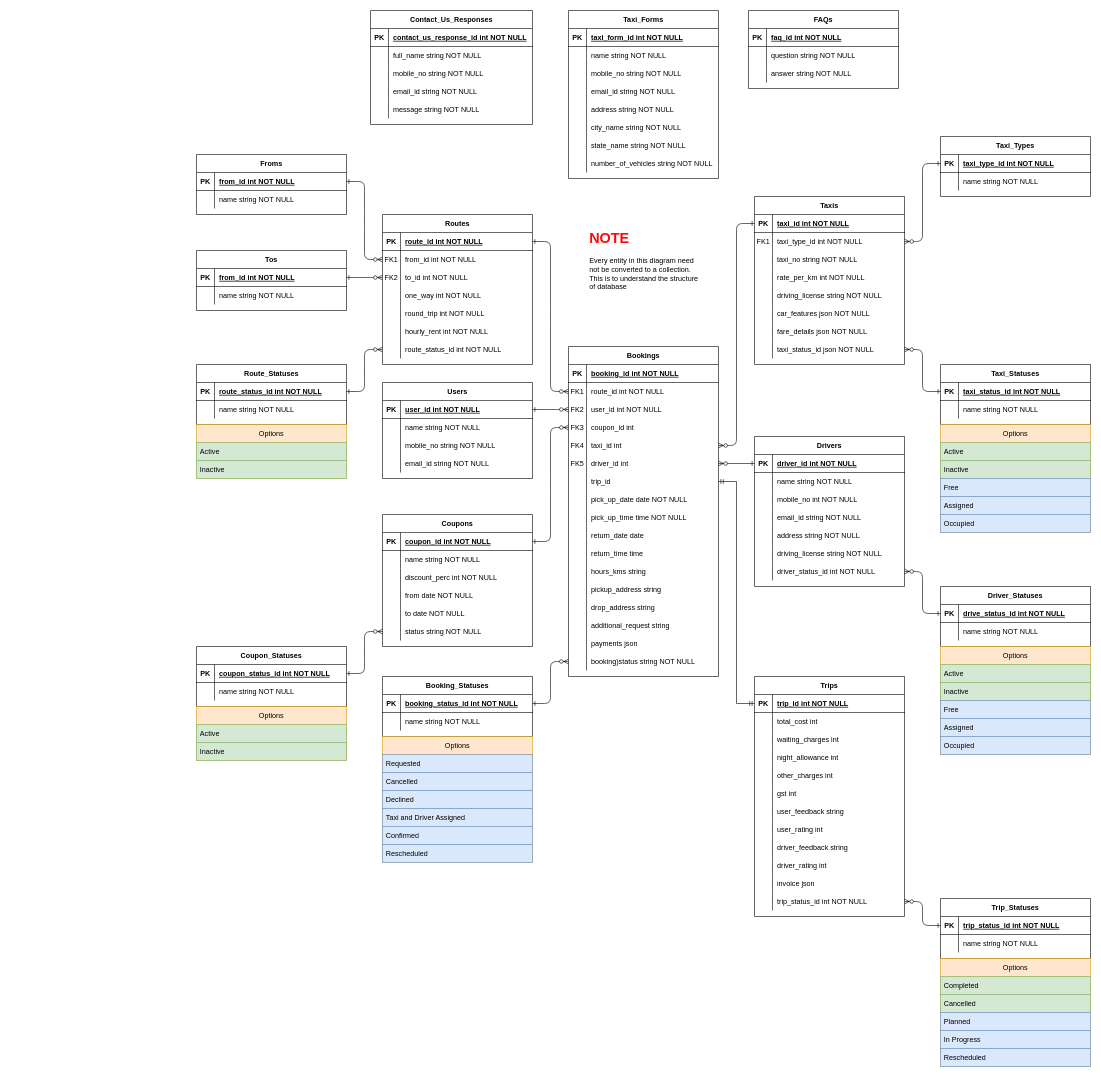
TechManTejas/BombayTaxiCo_Express_Backend keeps this draw.io diagram as BTCv2.drawio. Above is the earlier version. Source tidied: cells renumbered, new cells numbered last; positions are measured from the earlier drawing's top-left corner, leaving out a move shared by most shapes. Both pictures are drawn from the tidied source at 60%, with x=0, y=0 at pixel (196, 10).
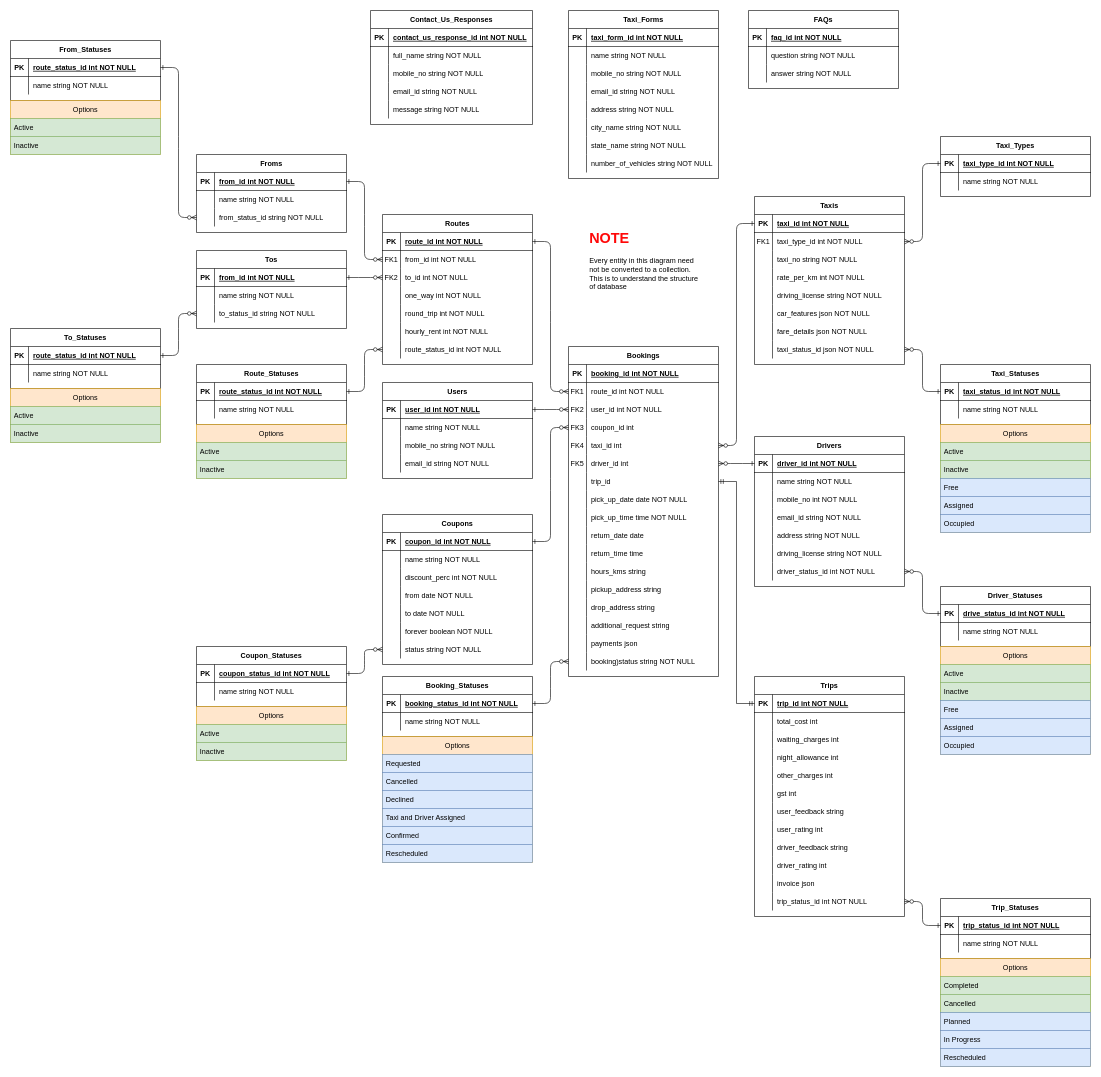
The same diagram, later.

Diff of the diagram source:
```diff
@@
     <mxCell id="2" value="Coupons" style="shape=table;startSize=30;childLayout=tableLayout;rowLines=0;fontStyle=1;align=center;gradientColor=default;fillColor=none;" parent="1" vertex="1">
-      <mxGeometry x="310" y="840" width="250" height="220" as="geometry" />
+      <mxGeometry x="310" y="840" width="250" height="250" as="geometry" />
     </mxCell>
@@
+    <mxCell id="353" style="shape=partialRectangle;fillColor=none;top=0;left=0;right=0;bottom=0;" parent="2" vertex="1">
+      <mxGeometry y="180" width="250" height="30" as="geometry" />
+    </mxCell>
+    <mxCell id="354" style="shape=partialRectangle;overflow=hidden;fillColor=none;top=0;left=0;bottom=0;right=0;" parent="353" vertex="1">
+      <mxGeometry width="30" height="30" as="geometry" />
+    </mxCell>
+    <mxCell id="355" value="forever boolean NOT NULL" style="shape=partialRectangle;overflow=hidden;fillColor=none;top=0;left=0;bottom=0;right=0;align=left;spacingLeft=6;" parent="353" vertex="1">
+      <mxGeometry x="30" width="220" height="30" as="geometry" />
+    </mxCell>
     <mxCell id="18" style="shape=partialRectangle;fillColor=none;points=[[0,0.5],[1,0.5]];portConstraint=eastwest;top=0;left=0;right=0;bottom=0;" parent="2" vertex="1">
-      <mxGeometry y="180" width="250" height="30" as="geometry" />
+      <mxGeometry y="210" width="250" height="30" as="geometry" />
     </mxCell>
@@
     <mxCell id="77" value="Froms" style="shape=table;startSize=30;childLayout=tableLayout;rowLines=0;fontStyle=1;align=center;gradientColor=default;fillColor=none;" parent="1" vertex="1">
-      <mxGeometry y="240" width="250" height="100" as="geometry" />
+      <mxGeometry y="240" width="250" height="130" as="geometry" />
     </mxCell>
@@
+    <mxCell id="356" style="shape=partialRectangle;fillColor=none;points=[[0,0.5],[1,0.5]];portConstraint=eastwest;top=0;left=0;right=0;bottom=0;" parent="77" vertex="1">
+      <mxGeometry y="90" width="250" height="30" as="geometry" />
+    </mxCell>
+    <mxCell id="357" style="shape=partialRectangle;overflow=hidden;fillColor=none;top=0;left=0;bottom=0;right=0;" parent="356" vertex="1">
+      <mxGeometry width="30" height="30" as="geometry" />
+    </mxCell>
+    <mxCell id="358" value="from_status_id string NOT NULL" style="shape=partialRectangle;overflow=hidden;fillColor=none;top=0;left=0;bottom=0;right=0;align=left;spacingLeft=6;" parent="356" vertex="1">
+      <mxGeometry x="30" width="220" height="30" as="geometry" />
+    </mxCell>
     <mxCell id="84" value="Tos" style="shape=table;startSize=30;childLayout=tableLayout;rowLines=0;fontStyle=1;align=center;gradientColor=default;fillColor=none;" parent="1" vertex="1">
-      <mxGeometry y="400" width="250" height="100" as="geometry" />
+      <mxGeometry y="400" width="250" height="130" as="geometry" />
     </mxCell>
@@
+    <mxCell id="359" style="shape=partialRectangle;fillColor=none;points=[[0,0.5],[1,0.5]];portConstraint=eastwest;top=0;left=0;right=0;bottom=0;" parent="84" vertex="1">
+      <mxGeometry y="90" width="250" height="30" as="geometry" />
+    </mxCell>
+    <mxCell id="360" style="shape=partialRectangle;overflow=hidden;fillColor=none;top=0;left=0;bottom=0;right=0;" parent="359" vertex="1">
+      <mxGeometry width="30" height="30" as="geometry" />
+    </mxCell>
+    <mxCell id="361" value="to_status_id string NOT NULL" style="shape=partialRectangle;overflow=hidden;fillColor=none;top=0;left=0;bottom=0;right=0;align=left;spacingLeft=6;" parent="359" vertex="1">
+      <mxGeometry x="30" width="220" height="30" as="geometry" />
+    </mxCell>
@@
+    <mxCell id="362" value="From_Statuses" style="shape=table;startSize=30;childLayout=tableLayout;rowLines=0;fontStyle=1;align=center;gradientColor=default;fillColor=none;" parent="1" vertex="1">
+      <mxGeometry x="-310" y="50" width="250" height="100" as="geometry" />
+    </mxCell>
+    <mxCell id="363" style="shape=partialRectangle;fillColor=none;points=[[0,0.5],[1,0.5]];portConstraint=eastwest;top=0;left=0;right=0;bottom=1;" parent="362" vertex="1">
+      <mxGeometry y="30" width="250" height="30" as="geometry" />
+    </mxCell>
+    <mxCell id="364" value="PK" style="shape=partialRectangle;overflow=hidden;fillColor=none;top=0;left=0;bottom=0;right=0;fontStyle=1;" parent="363" vertex="1">
+      <mxGeometry width="30" height="30" as="geometry" />
+    </mxCell>
+    <mxCell id="365" value="route_status_id int NOT NULL " style="shape=partialRectangle;overflow=hidden;fillColor=none;top=0;left=0;bottom=0;right=0;align=left;spacingLeft=6;fontStyle=5;" parent="363" vertex="1">
+      <mxGeometry x="30" width="220" height="30" as="geometry" />
+    </mxCell>
+    <mxCell id="366" style="shape=partialRectangle;fillColor=none;top=0;left=0;right=0;bottom=0;" parent="362" vertex="1">
+      <mxGeometry y="60" width="250" height="30" as="geometry" />
+    </mxCell>
+    <mxCell id="367" style="shape=partialRectangle;overflow=hidden;fillColor=none;top=0;left=0;bottom=0;right=0;" parent="366" vertex="1">
+      <mxGeometry width="30" height="30" as="geometry" />
+    </mxCell>
+    <mxCell id="368" value="name string NOT NULL" style="shape=partialRectangle;overflow=hidden;fillColor=none;top=0;left=0;bottom=0;right=0;align=left;spacingLeft=6;" parent="366" vertex="1">
+      <mxGeometry x="30" width="220" height="30" as="geometry" />
+    </mxCell>
+    <mxCell id="369" value="Options" style="swimlane;fontStyle=0;horizontal=1;startSize=30;whiteSpace=wrap;html=1;fillColor=#ffe6cc;strokeColor=#d79b00;swimlaneFillColor=none;" parent="1" vertex="1">
+      <mxGeometry x="-310" y="150" width="250" height="90" as="geometry" />
+    </mxCell>
+    <mxCell id="370" value="Active" style="text;strokeColor=#82b366;fillColor=#d5e8d4;align=left;verticalAlign=middle;spacingLeft=4;spacingRight=4;overflow=hidden;whiteSpace=wrap;html=1;swimlaneFillColor=none;" parent="369" vertex="1">
+      <mxGeometry y="30" width="250" height="30" as="geometry" />
+    </mxCell>
+    <mxCell id="371" value="Inactive" style="text;strokeColor=#82b366;fillColor=#d5e8d4;align=left;verticalAlign=middle;spacingLeft=4;spacingRight=4;overflow=hidden;whiteSpace=wrap;html=1;swimlaneFillColor=none;" parent="369" vertex="1">
+      <mxGeometry y="60" width="250" height="30" as="geometry" />
+    </mxCell>
+    <mxCell id="372" style="edgeStyle=entityRelationEdgeStyle;endArrow=ERzeroToMany;startArrow=ERone;endFill=1;startFill=0;exitX=1;exitY=0.5;exitDx=0;exitDy=0;entryX=0;entryY=0.5;entryDx=0;entryDy=0;" parent="1" edge="1" source="363" target="356">
+      <mxGeometry relative="1" as="geometry" />
+    </mxCell>
+    <mxCell id="373" value="To_Statuses" style="shape=table;startSize=30;childLayout=tableLayout;rowLines=0;fontStyle=1;align=center;gradientColor=default;fillColor=none;" parent="1" vertex="1">
+      <mxGeometry x="-310" y="530" width="250" height="100" as="geometry" />
+    </mxCell>
+    <mxCell id="374" style="shape=partialRectangle;fillColor=none;points=[[0,0.5],[1,0.5]];portConstraint=eastwest;top=0;left=0;right=0;bottom=1;" parent="373" vertex="1">
+      <mxGeometry y="30" width="250" height="30" as="geometry" />
+    </mxCell>
+    <mxCell id="375" value="PK" style="shape=partialRectangle;overflow=hidden;fillColor=none;top=0;left=0;bottom=0;right=0;fontStyle=1;" parent="374" vertex="1">
+      <mxGeometry width="30" height="30" as="geometry" />
+    </mxCell>
+    <mxCell id="376" value="route_status_id int NOT NULL " style="shape=partialRectangle;overflow=hidden;fillColor=none;top=0;left=0;bottom=0;right=0;align=left;spacingLeft=6;fontStyle=5;" parent="374" vertex="1">
+      <mxGeometry x="30" width="220" height="30" as="geometry" />
+    </mxCell>
+    <mxCell id="377" style="shape=partialRectangle;fillColor=none;top=0;left=0;right=0;bottom=0;" parent="373" vertex="1">
+      <mxGeometry y="60" width="250" height="30" as="geometry" />
+    </mxCell>
+    <mxCell id="378" style="shape=partialRectangle;overflow=hidden;fillColor=none;top=0;left=0;bottom=0;right=0;" parent="377" vertex="1">
+      <mxGeometry width="30" height="30" as="geometry" />
+    </mxCell>
+    <mxCell id="379" value="name string NOT NULL" style="shape=partialRectangle;overflow=hidden;fillColor=none;top=0;left=0;bottom=0;right=0;align=left;spacingLeft=6;" parent="377" vertex="1">
+      <mxGeometry x="30" width="220" height="30" as="geometry" />
+    </mxCell>
+    <mxCell id="380" value="Options" style="swimlane;fontStyle=0;horizontal=1;startSize=30;whiteSpace=wrap;html=1;fillColor=#ffe6cc;strokeColor=#d79b00;swimlaneFillColor=none;" parent="1" vertex="1">
+      <mxGeometry x="-310" y="630" width="250" height="90" as="geometry" />
+    </mxCell>
+    <mxCell id="381" value="Active" style="text;strokeColor=#82b366;fillColor=#d5e8d4;align=left;verticalAlign=middle;spacingLeft=4;spacingRight=4;overflow=hidden;whiteSpace=wrap;html=1;swimlaneFillColor=none;" parent="380" vertex="1">
+      <mxGeometry y="30" width="250" height="30" as="geometry" />
+    </mxCell>
+    <mxCell id="382" value="Inactive" style="text;strokeColor=#82b366;fillColor=#d5e8d4;align=left;verticalAlign=middle;spacingLeft=4;spacingRight=4;overflow=hidden;whiteSpace=wrap;html=1;swimlaneFillColor=none;" parent="380" vertex="1">
+      <mxGeometry y="60" width="250" height="30" as="geometry" />
+    </mxCell>
+    <mxCell id="383" style="edgeStyle=entityRelationEdgeStyle;endArrow=ERzeroToMany;startArrow=ERone;endFill=1;startFill=0;exitX=1;exitY=0.5;exitDx=0;exitDy=0;entryX=0;entryY=0.5;entryDx=0;entryDy=0;" parent="1" edge="1" source="374" target="359">
+      <mxGeometry relative="1" as="geometry" />
+    </mxCell>
```
